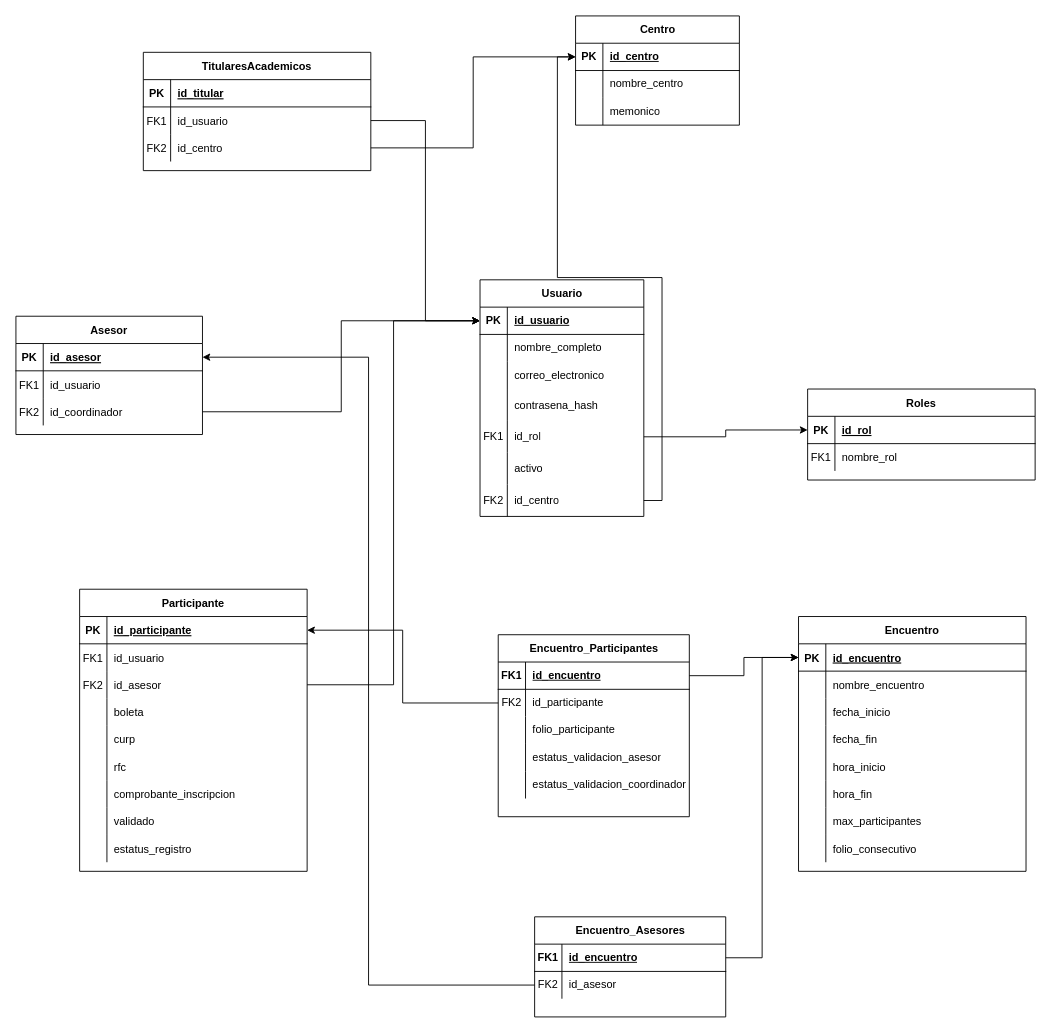
Above: diagrams/EntitdadRelacion.drawio in AlejandroHZ-sys/DEMS-InterPolitecnicos (draw.io), before the change. Source tidied: cells renumbered, new cells numbered last; positions are measured from the earlier drawing's top-left corner, leaving out a move shared by most shapes. Both pictures are drawn from the tidied source at 91%, with x=0, y=0 at pixel (15, 15).
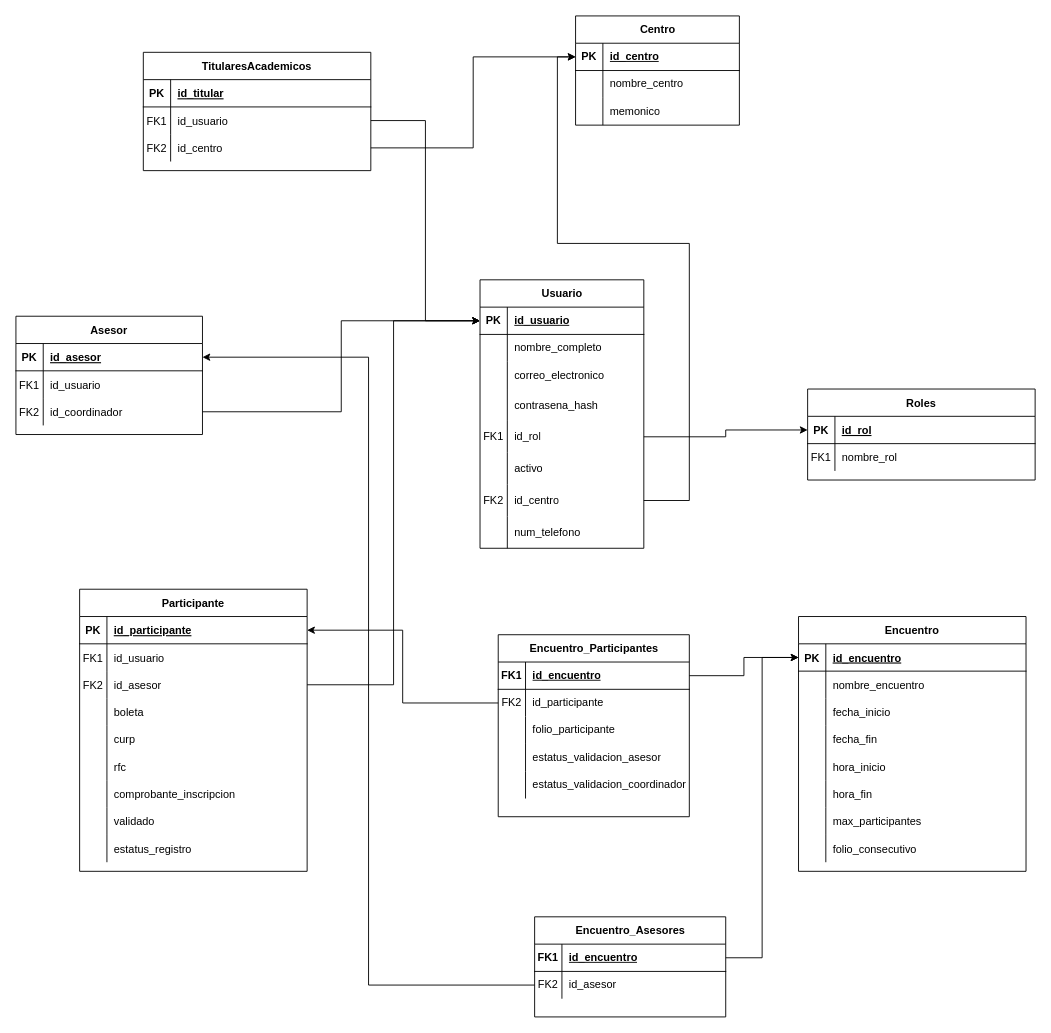
After the change.

Unchanged cells that the change refers to:
```xml
<mxCell id="81" style="shape=tableRow;horizontal=0;startSize=0;swimlaneHead=0;swimlaneBody=0;fillColor=none;points=[[0,0.5],[1,0.5]];portConstraint=eastwest;top=0;left=0;right=0;bottom=0;" parent="62" vertex="1">
  <mxGeometry y="225" width="180" height="35" as="geometry" />
</mxCell>
<mxCell id="85" style="shape=tableRow;horizontal=0;startSize=0;swimlaneHead=0;swimlaneBody=0;fillColor=none;points=[[0,0.5],[1,0.5]];portConstraint=eastwest;top=0;left=0;right=0;bottom=1;" parent="84" vertex="1">
  <mxGeometry y="30" width="180" height="30" as="geometry" />
</mxCell>
```

Change to the diagram source:
```diff
@@
     <mxCell id="62" value="Usuario" style="shape=table;startSize=30;childLayout=tableLayout;rowLines=0;fontStyle=1;align=center;html=1;" parent="1" vertex="1">
-      <mxGeometry x="510" y="290" width="180" height="260" as="geometry" />
+      <mxGeometry x="510" y="290" width="180" height="295" as="geometry" />
     </mxCell>
@@
+    <mxCell id="147" style="shape=tableRow;horizontal=0;startSize=0;swimlaneHead=0;swimlaneBody=0;fillColor=none;top=0;left=0;right=0;bottom=0;" parent="62" vertex="1">
+      <mxGeometry y="260" width="180" height="35" as="geometry" />
+    </mxCell>
+    <mxCell id="148" style="shape=partialRectangle;fillColor=none;top=0;left=0;bottom=0;right=0;overflow=hidden;whiteSpace=wrap;html=1;" parent="147" vertex="1">
+      <mxGeometry width="30" height="35" as="geometry" />
+    </mxCell>
+    <mxCell id="149" value="num_telefono" style="shape=partialRectangle;fillColor=none;top=0;left=0;bottom=0;right=0;align=left;spacingLeft=6;overflow=hidden;whiteSpace=wrap;html=1;" parent="147" vertex="1">
+      <mxGeometry x="30" width="150" height="35" as="geometry" />
+    </mxCell>
@@
     <mxCell id="130" style="edgeStyle=orthogonalEdgeStyle;rounded=0;jettySize=auto;html=1;exitX=1;exitY=0.5;exitDx=0;exitDy=0;entryX=0;entryY=0.5;entryDx=0;entryDy=0;" parent="1" edge="1" source="81" target="85">
-      <mxGeometry relative="1" as="geometry" />
+      <mxGeometry relative="1" as="geometry">
+        <Array as="points">
+          <mxPoint x="740" y="533" />
+          <mxPoint x="740" y="250" />
+          <mxPoint x="595" y="250" />
+          <mxPoint x="595" y="45" />
+        </Array>
+      </mxGeometry>
     </mxCell>
```
